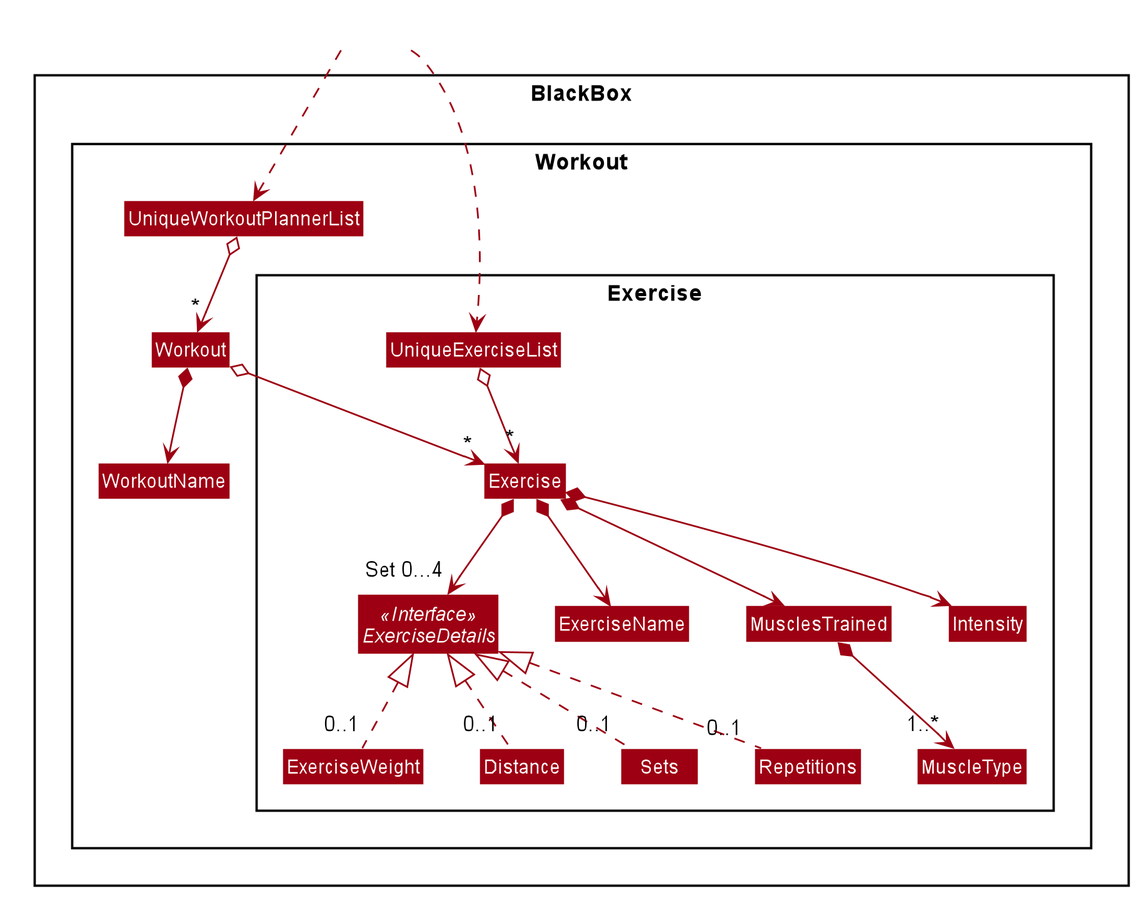
Before: docs/images/WorkoutPlannerModelClassDiagram.png, a diagram exported from PlantUML (nus-cs2103-AY1920S1/addressbook-level3).
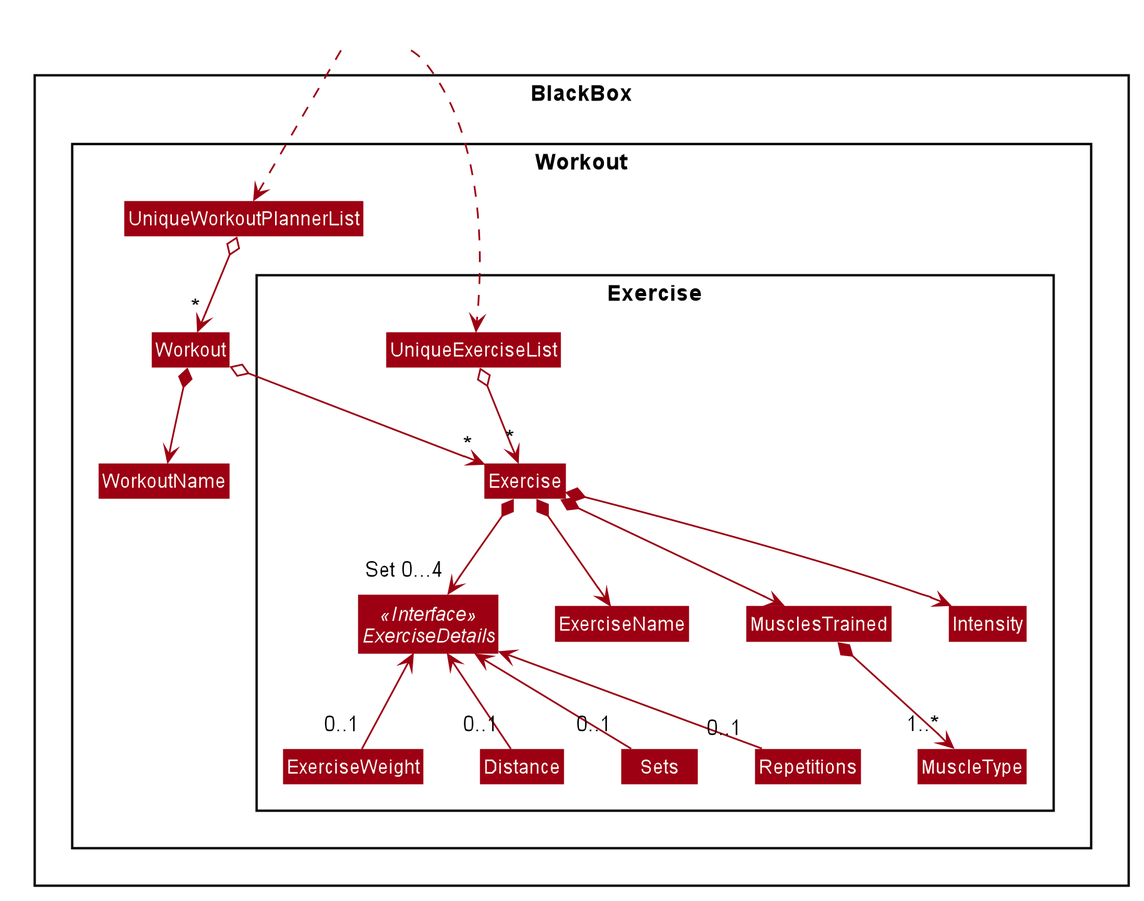
The same diagram one commit later.

Commit message:
Added Workout Planner Section to Developer Guide

The edit, as a diff of the source:
```diff
@@ -87,10 +87,10 @@
 Exercise *--> Intensity
 Exercise *--> "Set 0...4" ExerciseDetails
 MusclesTrained *--> "1..*"MuscleType
-ExerciseWeight "0..1" .up.|> ExerciseDetails
-Distance "0..1" .up.|> ExerciseDetails
-Sets "0..1" .up.|> ExerciseDetails
-Repetitions "0..1" .up.|> ExerciseDetails
+ExerciseWeight "0..1" -up-> ExerciseDetails
+Distance "0..1" -up-> ExerciseDetails
+Sets "0..1" -up-> ExerciseDetails
+Repetitions "0..1" -up-> ExerciseDetails
 
 
 
```
